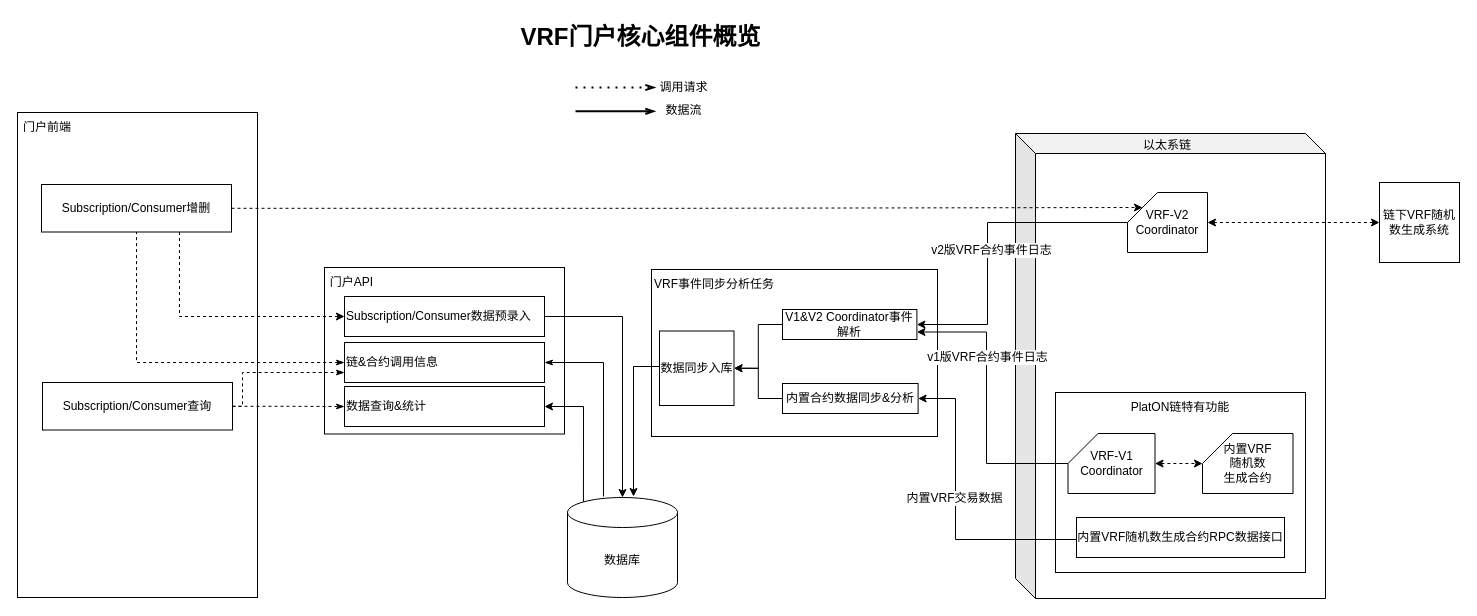
Before: page "VRF核心组件概览" (2 of 7) of VRF-architecture.drawio in trevorch/drawio, a draw.io diagram. Source tidied: cells renumbered, new cells numbered last; positions are measured from the earlier drawing's top-left corner, leaving out a move shared by most shapes. Both pictures are drawn from the tidied source at 100%, with x=0, y=0 at pixel (17, 17).
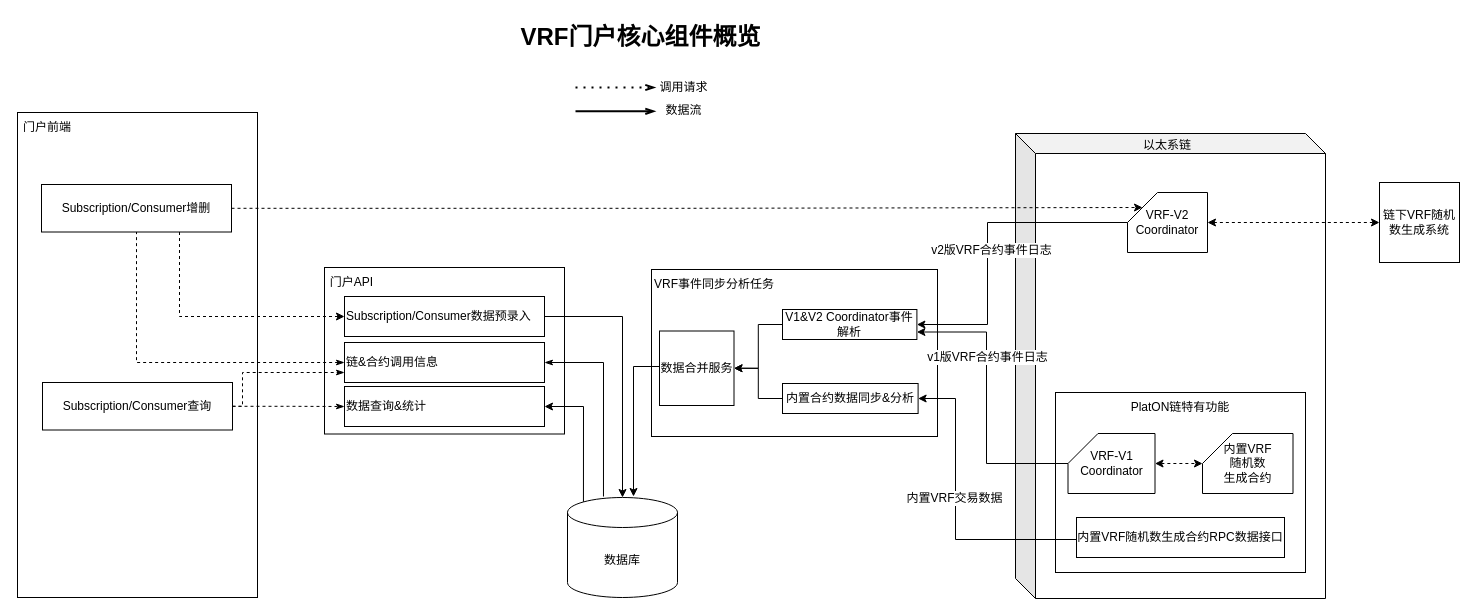
After the change.

The change refers to these unchanged cells:
```xml
<mxCell id="2" style="group;" parent="1" vertex="1">
  <mxGeometry x="634" y="252" width="286" height="167" as="geometry" />
</mxCell>
```

What changed in the source:
```diff
@@
-    <mxCell id="7" value="数据同步入库" style="whiteSpace=wrap;html=1;fontSize=12;" parent="2" vertex="1">
+    <mxCell id="7" value="数据合并服务" style="whiteSpace=wrap;html=1;fontSize=12;" parent="2" vertex="1">
       <mxGeometry x="8" y="61.5" width="74.5" height="74.5" as="geometry" />
     </mxCell>
```
